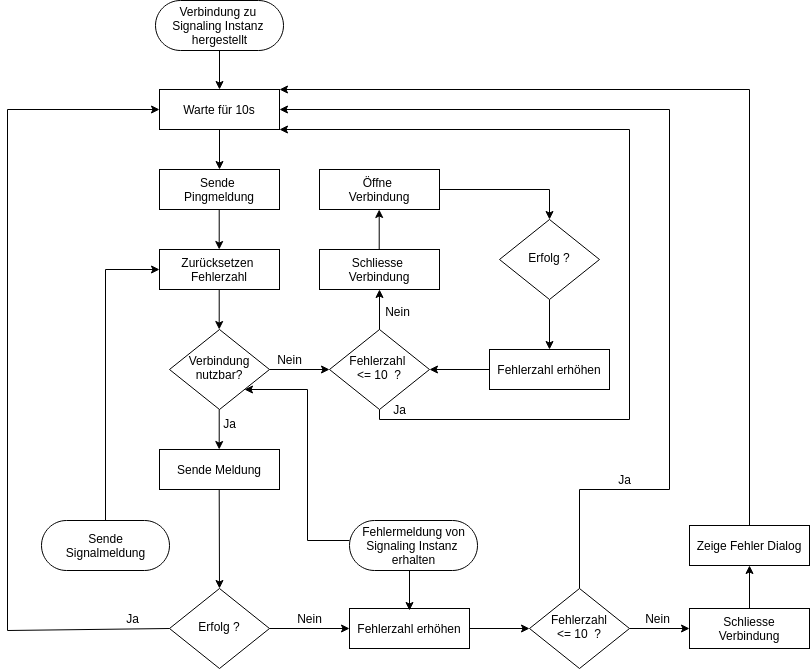
jsvilling/IP6_Bachelorarbeit_Bericht_Cloudbasiertes_Praxisrufsystem keeps this draw.io diagram as src/graphics/diagramms/flow_connection.png. Above is the earlier version. Source tidied: cells renumbered, new cells last; positions are measured from the earlier drawing's top-left corner, leaving out a move shared by most shapes.
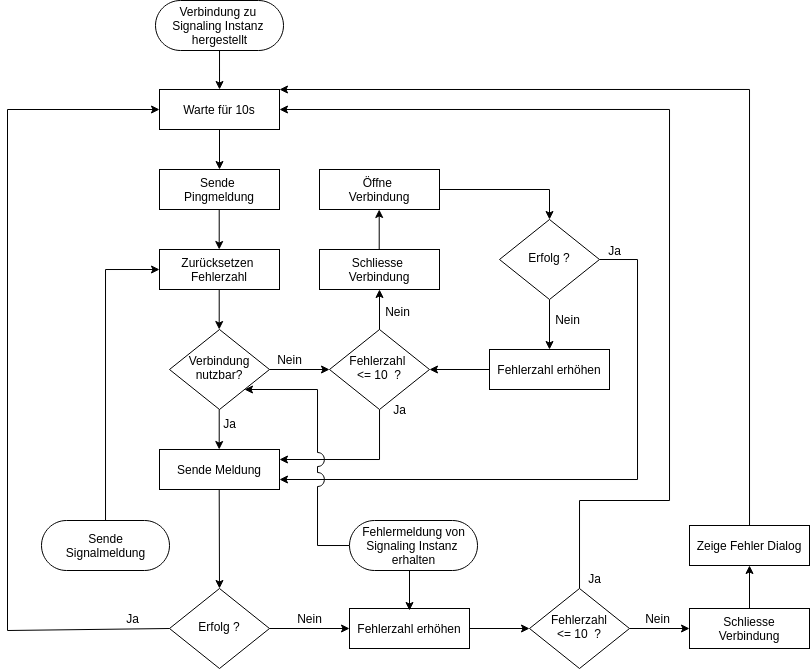
Later version of the same file.

Diff of the diagram source:
```diff
@@ -34,16 +34,13 @@
     <mxCell id="10" value="Fehlerzahl erhöhen" style="rounded=0;whiteSpace=wrap;html=1;fontSize=12;glass=0;strokeWidth=1;shadow=0;" parent="1" vertex="1">
       <mxGeometry x="482" y="349" width="120" height="40" as="geometry" />
     </mxCell>
-    <mxCell id="11" style="edgeStyle=orthogonalEdgeStyle;rounded=0;jettySize=auto;html=1;" parent="1" edge="1" source="12">
-      <mxGeometry relative="1" as="geometry">
-        <mxPoint x="272" y="129" as="targetPoint" />
-        <Array as="points">
-          <mxPoint x="372" y="419" />
-          <mxPoint x="622" y="419" />
-          <mxPoint x="622" y="129" />
-        </Array>
-      </mxGeometry>
-    </mxCell>
+    <mxCell id="51" style="edgeStyle=orthogonalEdgeStyle;rounded=0;jumpStyle=arc;jumpSize=14;jettySize=auto;html=1;entryX=1;entryY=0.25;entryDx=0;entryDy=0;" parent="1" edge="1" source="12" target="6">
+      <mxGeometry relative="1" as="geometry">
+        <Array as="points">
+          <mxPoint x="372" y="459" />
+        </Array>
+      </mxGeometry>
+    </mxCell>
     <mxCell id="12" value="Fehlerzahl &lt;br&gt;&amp;lt;= 10&amp;nbsp; ?" style="rhombus;whiteSpace=wrap;html=1;shadow=0;fontFamily=Helvetica;fontSize=12;align=center;strokeWidth=1;spacing=6;spacingTop=-4;" parent="1" vertex="1">
       <mxGeometry x="322" y="329" width="100" height="80" as="geometry" />
     </mxCell>
@@ -104,6 +101,14 @@
     <mxCell id="26" style="edgeStyle=orthogonalEdgeStyle;rounded=0;jettySize=auto;html=1;" parent="1" edge="1" source="27" target="10">
       <mxGeometry relative="1" as="geometry" />
     </mxCell>
+    <mxCell id="52" style="edgeStyle=orthogonalEdgeStyle;rounded=0;jumpStyle=arc;jumpSize=14;jettySize=auto;html=1;exitX=1;exitY=0.5;exitDx=0;exitDy=0;entryX=1;entryY=0.75;entryDx=0;entryDy=0;" parent="1" edge="1" source="27" target="6">
+      <mxGeometry relative="1" as="geometry">
+        <Array as="points">
+          <mxPoint x="630" y="259" />
+          <mxPoint x="630" y="479" />
+        </Array>
+      </mxGeometry>
+    </mxCell>
     <mxCell id="27" value="Erfolg ?" style="rhombus;whiteSpace=wrap;html=1;shadow=0;fontFamily=Helvetica;fontSize=12;align=center;strokeWidth=1;spacing=6;spacingTop=-4;" parent="1" vertex="1">
       <mxGeometry x="492" y="219" width="100" height="80" as="geometry" />
     </mxCell>
@@ -152,8 +157,8 @@
     <mxCell id="38" style="edgeStyle=orthogonalEdgeStyle;rounded=0;jettySize=auto;html=1;entryX=1;entryY=0.5;entryDx=0;entryDy=0;" parent="1" edge="1" source="39" target="2">
       <mxGeometry relative="1" as="geometry">
         <Array as="points">
-          <mxPoint x="572" y="489" />
-          <mxPoint x="662" y="489" />
+          <mxPoint x="572" y="500" />
+          <mxPoint x="662" y="500" />
           <mxPoint x="662" y="109" />
         </Array>
       </mxGeometry>
@@ -165,7 +170,7 @@
       <mxGeometry x="630" y="608" width="40" height="20" as="geometry" />
     </mxCell>
     <mxCell id="41" value="Ja" style="text;html=1;align=center;verticalAlign=middle;strokeColor=none;fillColor=none;" parent="1" vertex="1">
-      <mxGeometry x="602" y="469" width="30" height="20" as="geometry" />
+      <mxGeometry x="572" y="568" width="30" height="20" as="geometry" />
     </mxCell>
     <mxCell id="42" style="edgeStyle=orthogonalEdgeStyle;rounded=0;orthogonalLoop=1;jettySize=auto;html=1;" parent="1" edge="1">
       <mxGeometry relative="1" as="geometry">
@@ -173,21 +178,20 @@
         <mxPoint x="402" y="610" as="targetPoint" />
       </mxGeometry>
     </mxCell>
-    <mxCell id="43" style="edgeStyle=orthogonalEdgeStyle;rounded=0;jettySize=auto;html=1;entryX=1;entryY=1;entryDx=0;entryDy=0;" parent="1" edge="1" target="4">
-      <mxGeometry relative="1" as="geometry">
-        <mxPoint x="342" y="540" as="sourcePoint" />
-        <Array as="points">
-          <mxPoint x="300" y="540" />
-          <mxPoint x="300" y="389" />
-        </Array>
-      </mxGeometry>
-    </mxCell>
     <mxCell id="44" style="edgeStyle=orthogonalEdgeStyle;rounded=0;jettySize=auto;html=1;" parent="1" edge="1" source="45" target="2">
       <mxGeometry relative="1" as="geometry" />
     </mxCell>
     <mxCell id="45" value="Verbindung zu &lt;br&gt;Signaling Instanz &lt;br&gt;hergestellt" style="html=1;dashed=0;whitespace=wrap;shape=mxgraph.dfd.start;rounded=0;" parent="1" vertex="1">
       <mxGeometry x="148" width="128" height="50" as="geometry" />
     </mxCell>
+    <mxCell id="53" style="edgeStyle=orthogonalEdgeStyle;rounded=0;jumpStyle=arc;jumpSize=14;jettySize=auto;html=1;entryX=1;entryY=1;entryDx=0;entryDy=0;" parent="1" edge="1" source="46" target="4">
+      <mxGeometry relative="1" as="geometry">
+        <Array as="points">
+          <mxPoint x="310" y="545" />
+          <mxPoint x="310" y="389" />
+        </Array>
+      </mxGeometry>
+    </mxCell>
     <mxCell id="46" value="Fehlermeldung von&lt;br&gt;Signaling Instanz &lt;br&gt;erhalten" style="html=1;dashed=0;whitespace=wrap;shape=mxgraph.dfd.start;rounded=0;" parent="1" vertex="1">
       <mxGeometry x="342" y="520" width="128" height="50" as="geometry" />
     </mxCell>
@@ -203,5 +207,11 @@
     <mxCell id="50" value="Sende&lt;br&gt;Signalmeldung" style="html=1;dashed=0;whitespace=wrap;shape=mxgraph.dfd.start;rounded=0;" parent="1" vertex="1">
       <mxGeometry x="34" y="520" width="128" height="50" as="geometry" />
     </mxCell>
+    <mxCell id="54" value="Nein" style="text;html=1;align=center;verticalAlign=middle;strokeColor=none;fillColor=none;" parent="1" vertex="1">
+      <mxGeometry x="540" y="309" width="40" height="20" as="geometry" />
+    </mxCell>
+    <mxCell id="55" value="Ja" style="text;html=1;align=center;verticalAlign=middle;strokeColor=none;fillColor=none;" parent="1" vertex="1">
+      <mxGeometry x="592" y="240" width="30" height="20" as="geometry" />
+    </mxCell>
   </root>
 </mxGraphModel>
```
